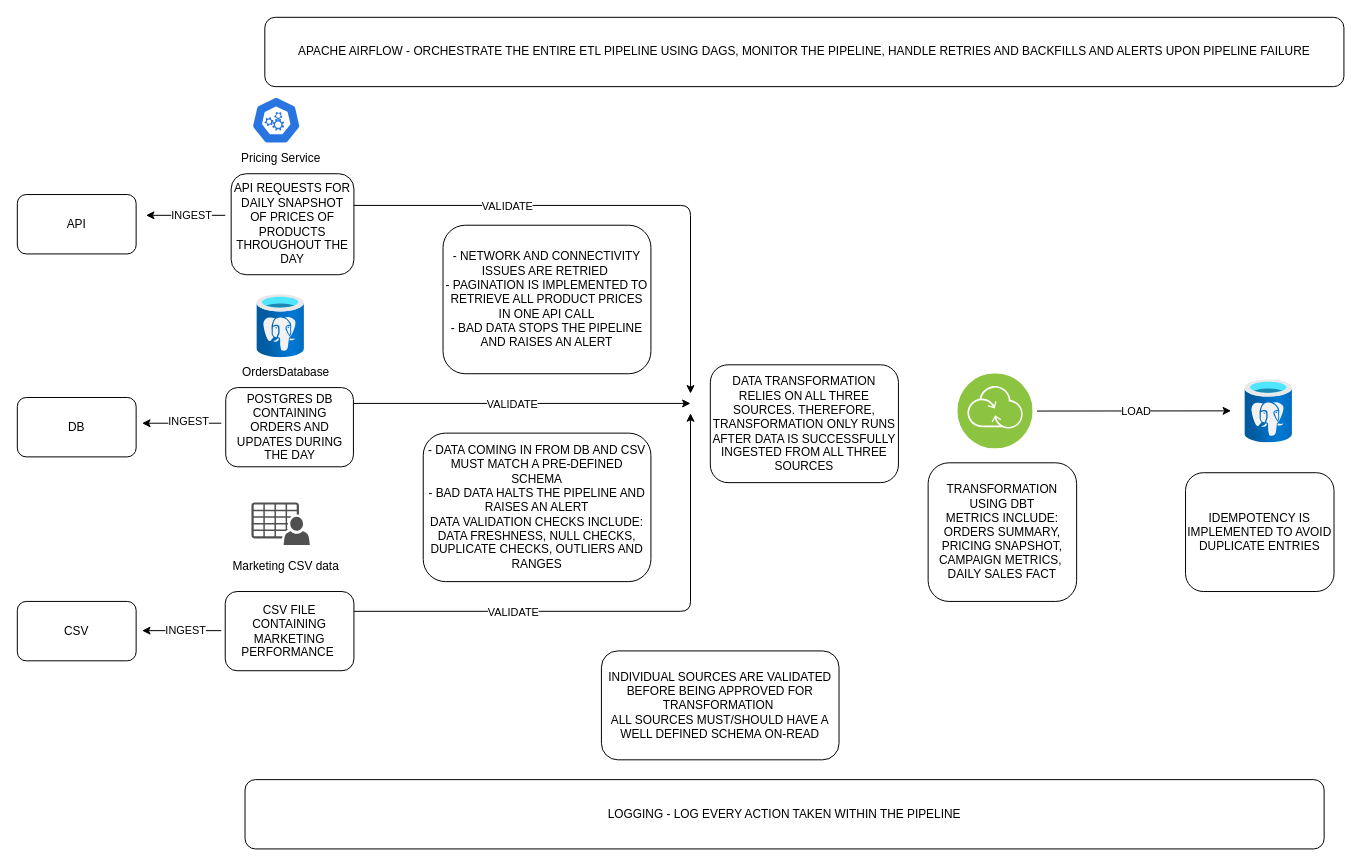
Maxwell-Selassie/Production-ETL-Platform-With-Airflow keeps this draw.io diagram as docs/architecture.drawio. Above is the earlier version. Source tidied: cells renumbered, new cells numbered last; positions are measured from the earlier drawing's top-left corner, leaving out a move shared by most shapes. Both pictures are drawn from the tidied source at 99%, with x=0, y=0 at pixel (17, 17).
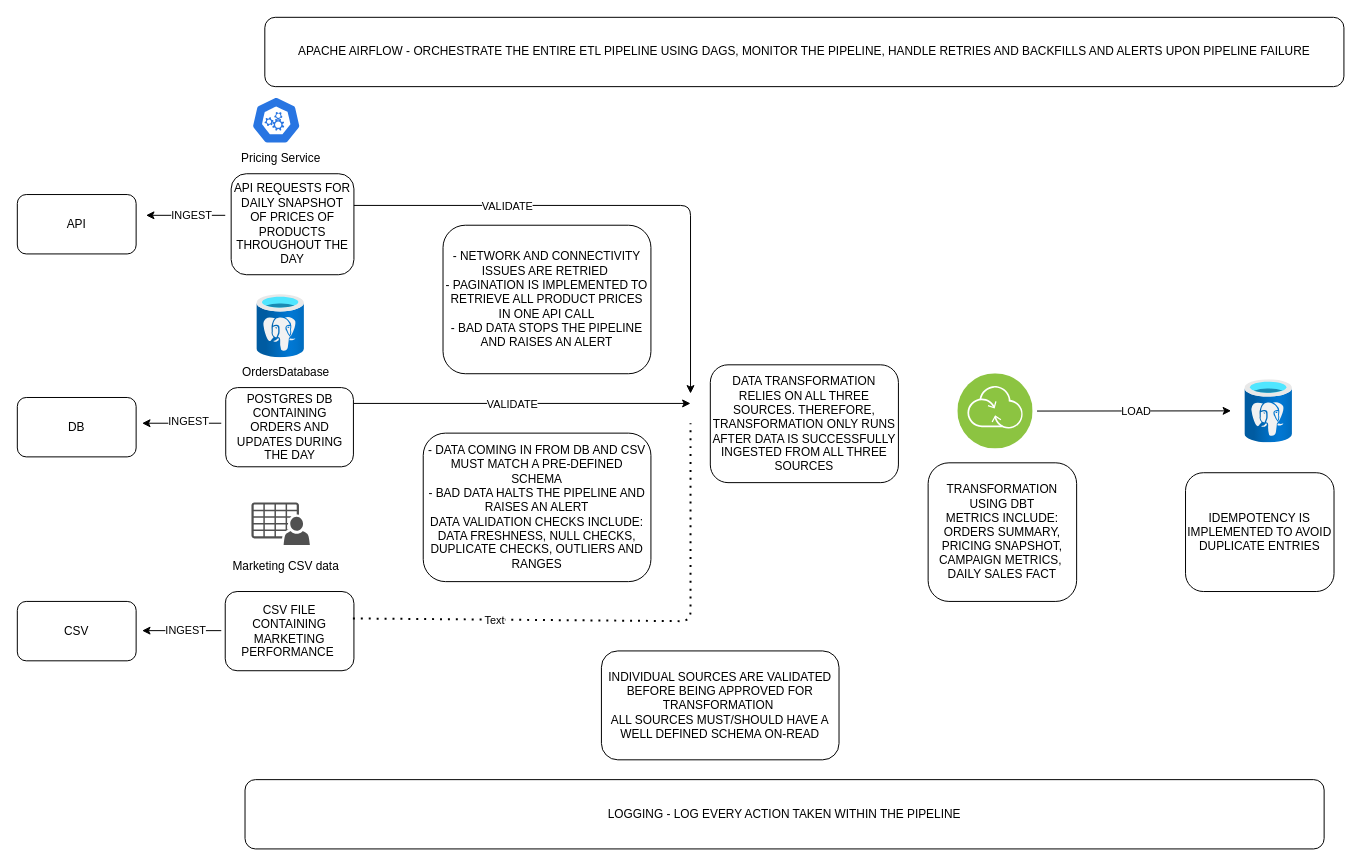
After the change.

Commit message:
Refactor code structure for improved readability and maintainability

Unchanged cells that the change refers to:
```xml
<mxCell id="9" value="CSV FILE CONTAINING MARKETING PERFORMANCE&amp;nbsp;" style="rounded=1;whiteSpace=wrap;html=1;" parent="1" vertex="1">
  <mxGeometry x="210" y="580" width="130" height="80" as="geometry" />
</mxCell>
```

The edit, as a diff of the source:
```diff
@@
-    <mxCell id="14" style="endArrow=classic;html=1;exitX=1;exitY=0.5;exitDx=0;exitDy=0;" parent="1" edge="1">
-      <mxGeometry relative="1" as="geometry">
-        <mxPoint x="340" y="600" as="sourcePoint" />
-        <mxPoint x="680" y="400" as="targetPoint" />
-        <Array as="points">
-          <mxPoint x="680" y="600" />
-        </Array>
-      </mxGeometry>
-    </mxCell>
-    <mxCell id="15" value="VALIDATE" style="edgeLabel;html=1;align=center;verticalAlign=middle;" parent="14" vertex="1">
-      <mxGeometry y="-1" relative="1" as="geometry">
-        <mxPoint x="-110" y="-1" as="offset" />
-      </mxGeometry>
-    </mxCell>
@@
+    <mxCell id="38" style="endArrow=none;dashed=1;html=1;dashPattern=1 3;strokeWidth=2;exitX=0.992;exitY=0.34;exitDx=0;exitDy=0;exitPerimeter=0;" parent="1" edge="1" source="9">
+      <mxGeometry relative="1" as="geometry">
+        <mxPoint x="680" y="410" as="targetPoint" />
+        <Array as="points">
+          <mxPoint x="680" y="610" />
+        </Array>
+      </mxGeometry>
+    </mxCell>
+    <mxCell id="39" value="Text" style="edgeLabel;html=1;align=center;verticalAlign=middle;" parent="38" vertex="1">
+      <mxGeometry x="-0.47" relative="1" as="geometry" />
+    </mxCell>
```
